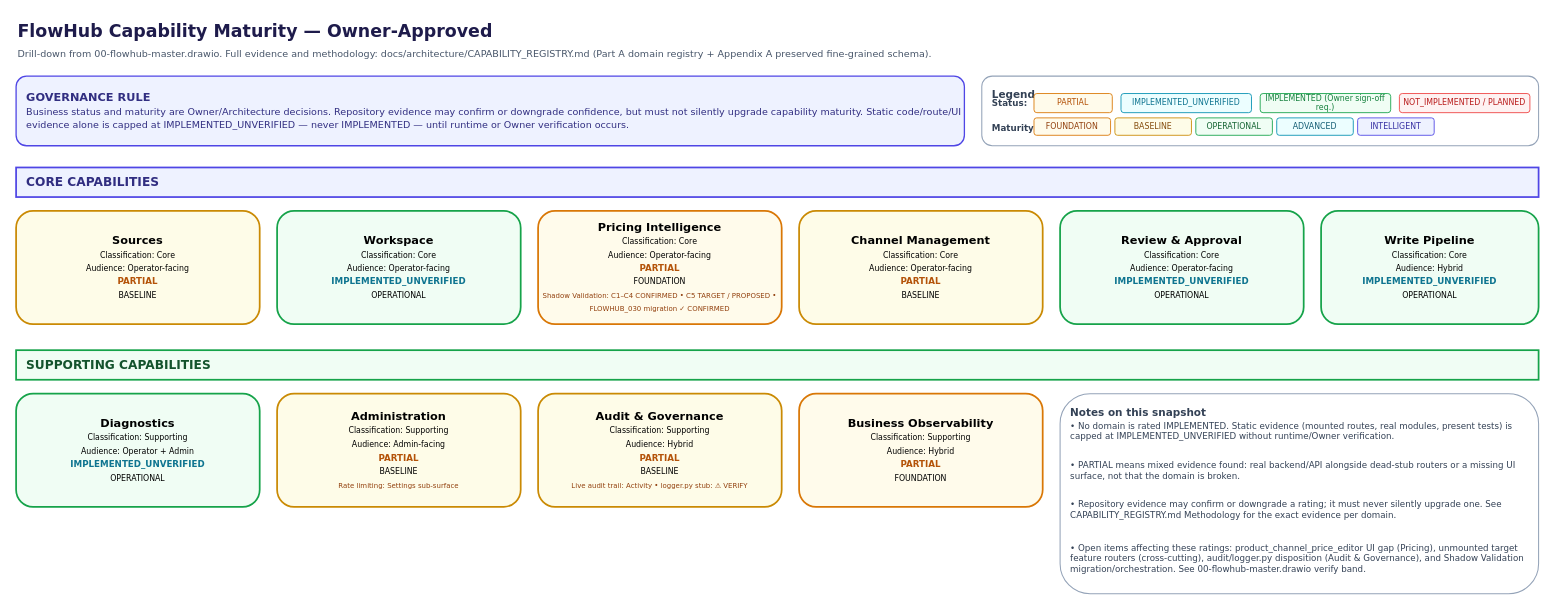
The draw.io diagram docs/draw/50-capability-maturity.drawio in nima-sadria/FlowHub, before the edit. Source tidied: cells renumbered, new cells numbered last; positions are measured from the earlier drawing's top-left corner, leaving out a move shared by most shapes. Both pictures are drawn from the tidied source at 87%, with x=0, y=0 at pixel (16, 15).
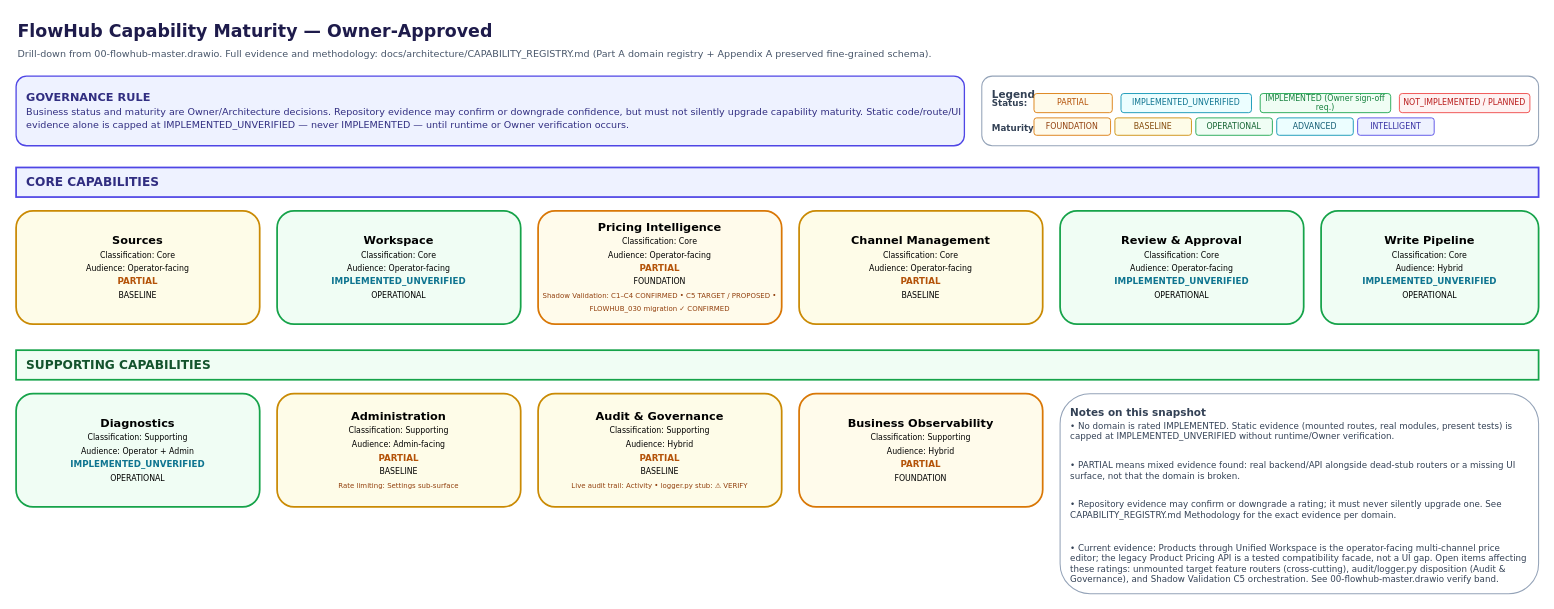
After the change.

Commit message (it also covers changes not shown here):
docs(architecture): resolve product pricing parity finding

What changed in the source:
```diff
@@
-    <mxCell id="33" value="• Open items affecting these ratings: product_channel_price_editor UI gap (Pricing), unmounted target feature routers (cross-cutting), audit/logger.py disposition (Audit &amp; Governance), and Shadow Validation migration/orchestration. See 00-flowhub-master.drawio verify band." style="text;html=1;align=left;verticalAlign=top;whiteSpace=wrap;fontSize=10;fontColor=#334155;fontFamily=Trebuchet MS,Verdana,Arial,sans-serif;" parent="1" vertex="1">
+    <mxCell id="33" value="• Current evidence: Products through Unified Workspace is the operator-facing multi-channel price editor; the legacy Product Pricing API is a tested compatibility facade, not a UI gap. Open items affecting these ratings: unmounted target feature routers (cross-cutting), audit/logger.py disposition (Audit &amp; Governance), and Shadow Validation C5 orchestration. See 00-flowhub-master.drawio verify band." style="text;html=1;align=left;verticalAlign=top;whiteSpace=wrap;fontSize=10;fontColor=#334155;fontFamily=Trebuchet MS,Verdana,Arial,sans-serif;" parent="1" vertex="1">
       <mxGeometry x="1210" y="600" width="530" height="55" as="geometry" />
     </mxCell>
```
